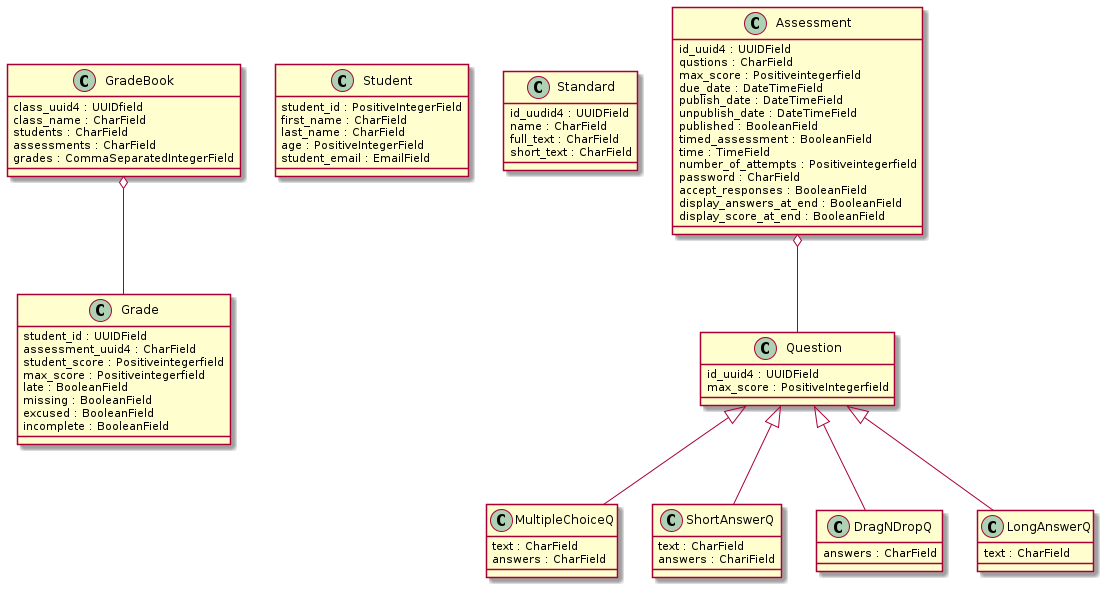
Above: classes.png in tfree87/LibreEd (PlantUML), before the change.
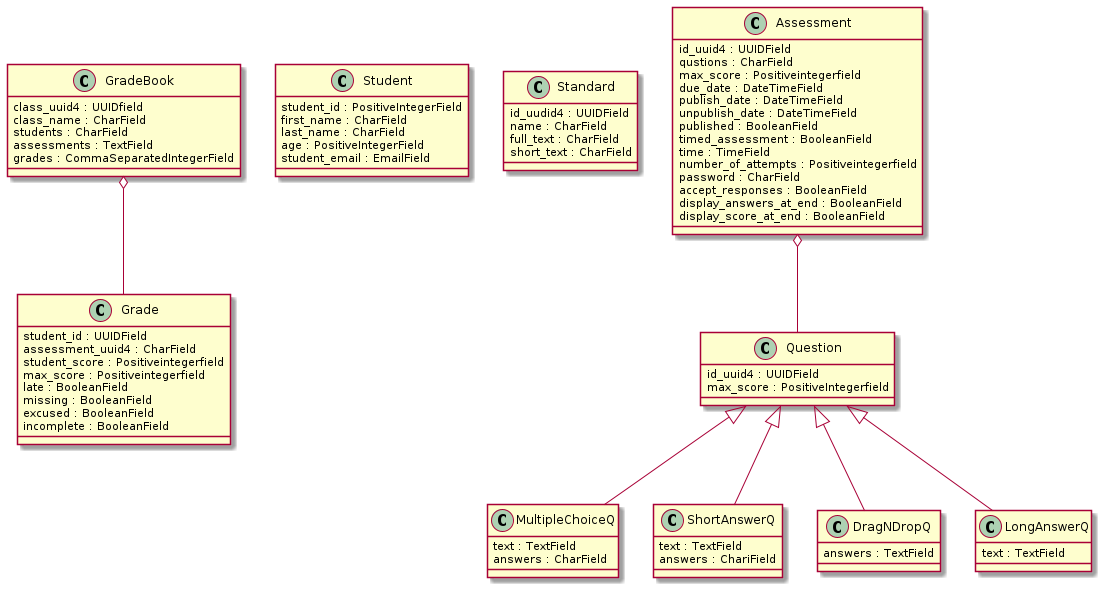
The same file after the commit.

Commit message:
Updated classes diagram and added model to SIS

What changed in the source:
```diff
@@ -4,7 +4,7 @@
 class_uuid4 : UUIDfield
 class_name : CharField
 students : CharField
-assessments : CharField
+assessments : TextField
 grades : CommaSeparatedIntegerField
 }
 
@@ -57,21 +57,21 @@
 }
 
 class MultipleChoiceQ {
-text : CharField
+text : TextField
 answers : CharField
 }
 
 class ShortAnswerQ {
-text : CharField
+text : TextField
 answers : ChariField
 }
 
 class DragNDropQ {
-answers : CharField
+answers : TextField
 }
 
 class LongAnswerQ {
-text : CharField
+text : TextField
 }
 
 Assessment o-- Question
```
